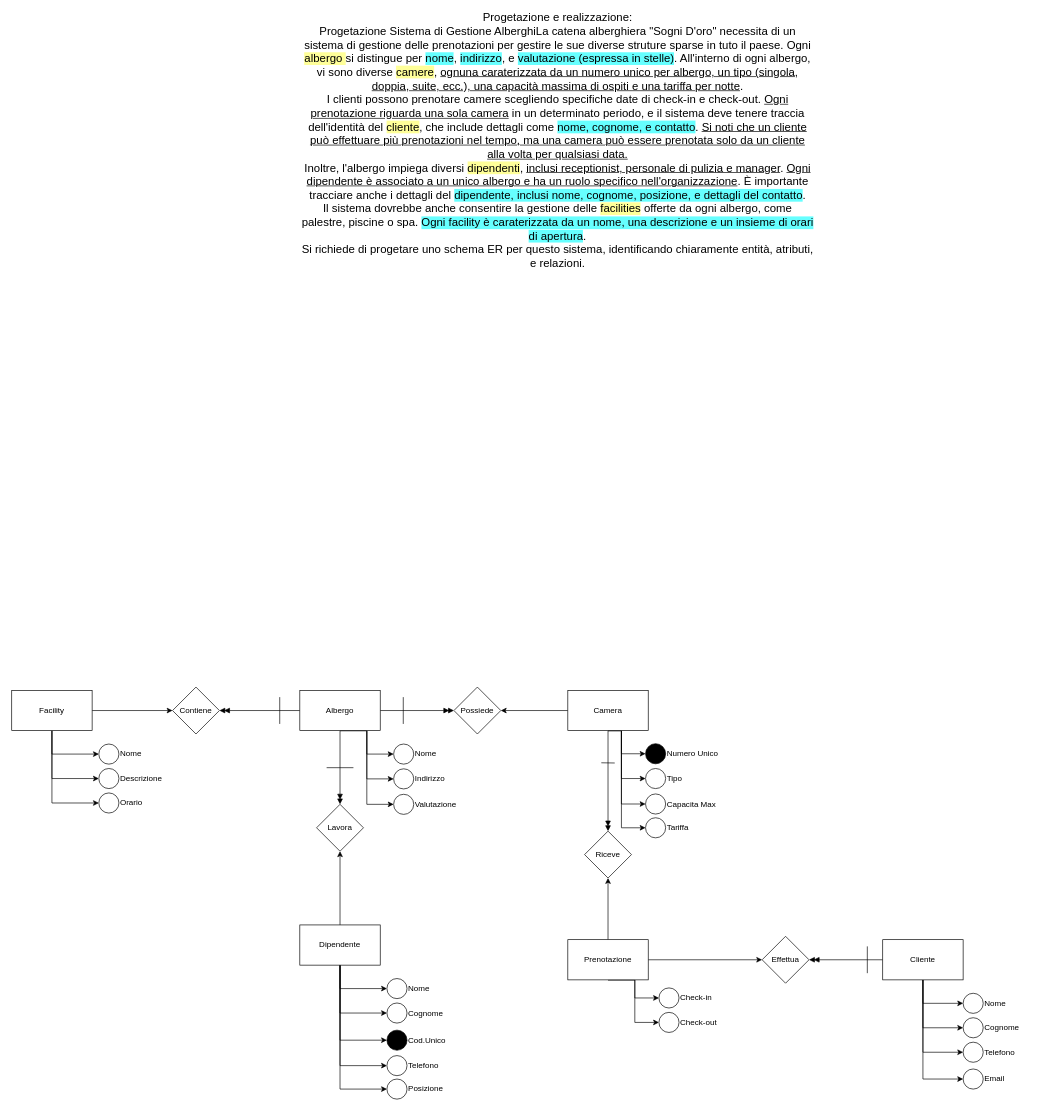
Sparck94/Esercitazione_08_03 keeps this draw.io diagram as Esercitazione_13_03_2024_Albergo.drawio. Above is the earlier version. Source tidied: cells renumbered, new cells numbered last; positions are measured from the earlier drawing's top-left corner, leaving out a move shared by most shapes. Both pictures are drawn from the tidied source at 67%, with x=0, y=0 at pixel (11, 13).
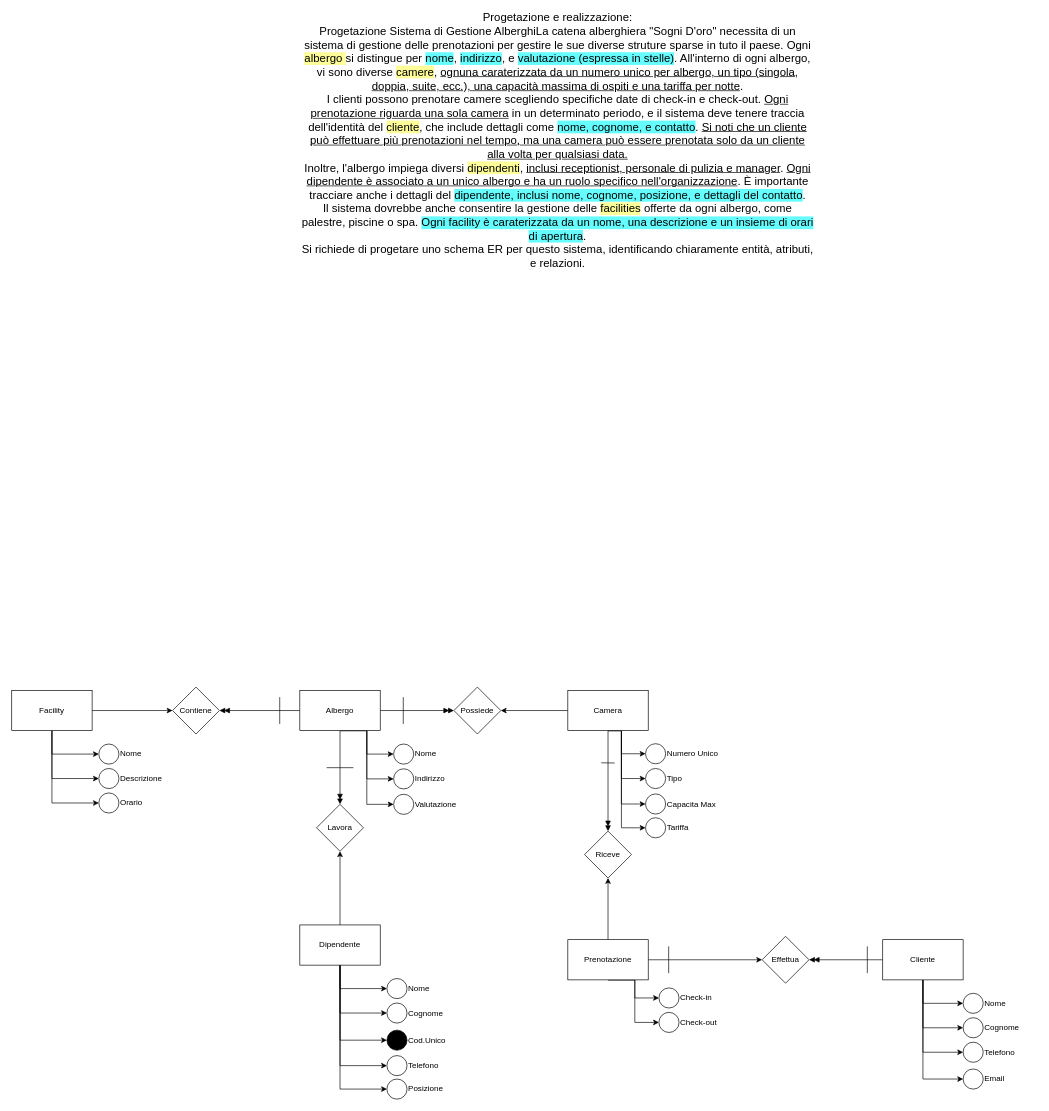
Above is the later version.

Change to the diagram source:
```diff
@@
-    <mxCell id="41" style="ellipse;whiteSpace=wrap;html=1;fillColor=#000000;" parent="1" vertex="1">
+    <mxCell id="41" style="ellipse;whiteSpace=wrap;html=1;fillColor=#FFFFFF;" parent="1" vertex="1">
       <mxGeometry x="946" y="1089.5" width="30" height="30" as="geometry" />
     </mxCell>
@@
+    <mxCell id="92" style="endArrow=none;html=1;rounded=0;" parent="1" edge="1">
+      <mxGeometry relative="1" as="geometry">
+        <mxPoint x="980.5" y="1432" as="sourcePoint" />
+        <mxPoint x="980.5" y="1392" as="targetPoint" />
+      </mxGeometry>
+    </mxCell>
```
